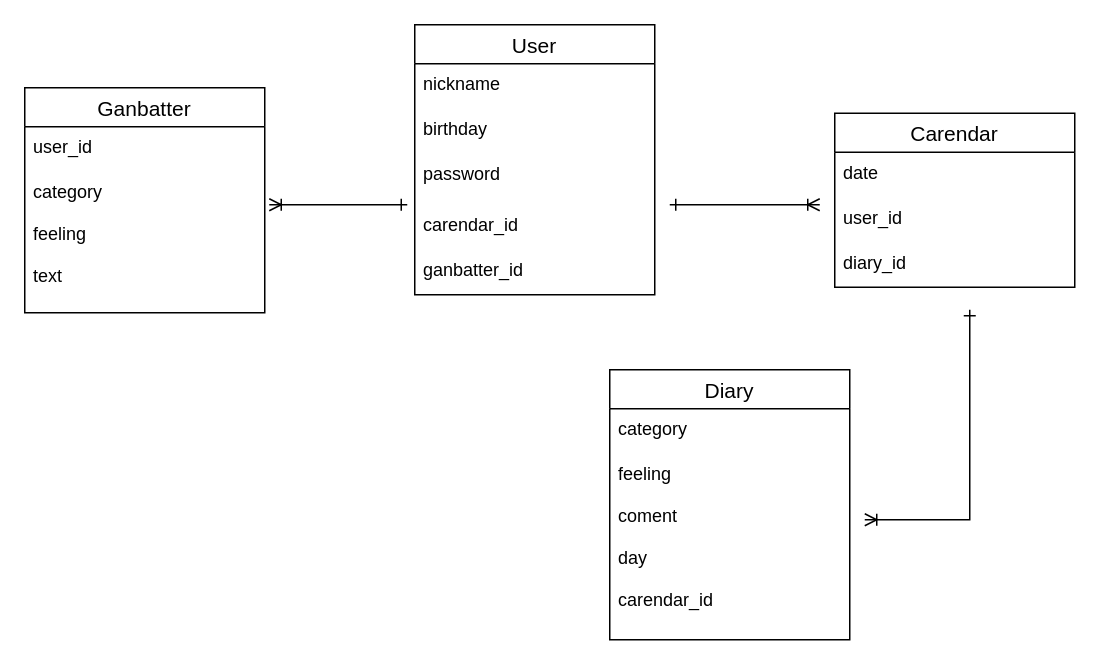
Earlier version of the draw.io diagram page "ページ1" (1 of 2) of hometai.dio (muttta/HOMETAI). Source tidied: cells renumbered, new cells numbered last; positions are measured from the earlier drawing's top-left corner, leaving out a move shared by most shapes. Both pictures are drawn from the tidied source at 150%, with x=0, y=0 at pixel (24, 24).
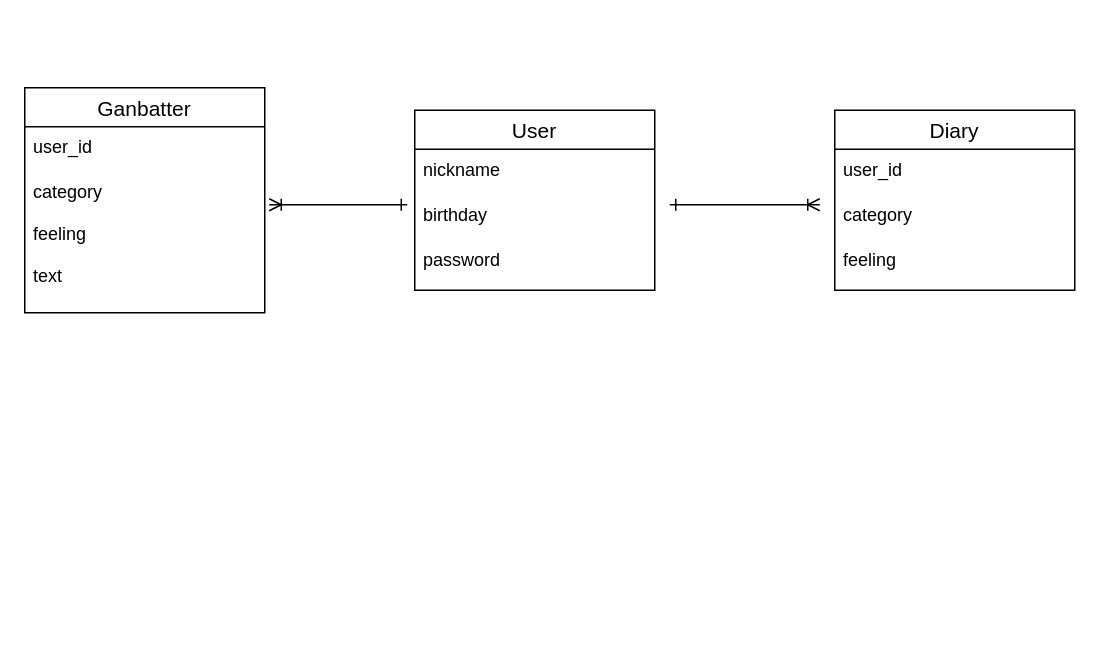
The same page after the edit.

Diff of the diagram source:
```diff
@@
     <mxCell id="2" value="User" style="swimlane;fontStyle=0;horizontal=1;startSize=26;align=center;fontSize=14;" parent="1" vertex="1">
-      <mxGeometry x="260" width="160" height="180" as="geometry" />
+      <mxGeometry x="260" y="57" width="160" height="120" as="geometry" />
     </mxCell>
@@
-    <mxCell id="6" value="carendar_id" style="text;strokeColor=none;fillColor=none;spacingLeft=4;spacingRight=4;overflow=hidden;fontSize=12;" parent="2" vertex="1">
-      <mxGeometry y="120" width="160" height="30" as="geometry" />
-    </mxCell>
-    <mxCell id="7" value="ganbatter_id" style="text;strokeColor=none;fillColor=none;spacingLeft=4;spacingRight=4;overflow=hidden;fontSize=12;" parent="2" vertex="1">
-      <mxGeometry y="150" width="160" height="30" as="geometry" />
-    </mxCell>
-    <mxCell id="8" value="Carendar" style="swimlane;fontStyle=0;horizontal=1;startSize=26;align=center;fontSize=14;" parent="1" vertex="1">
-      <mxGeometry x="540" y="59" width="160" height="116" as="geometry" />
-    </mxCell>
-    <mxCell id="9" value="date" style="text;strokeColor=none;fillColor=none;spacingLeft=4;spacingRight=4;overflow=hidden;fontSize=12;" parent="8" vertex="1">
-      <mxGeometry y="26" width="160" height="30" as="geometry" />
-    </mxCell>
-    <mxCell id="10" value="user_id" style="text;strokeColor=none;fillColor=none;spacingLeft=4;spacingRight=4;overflow=hidden;fontSize=12;" parent="8" vertex="1">
-      <mxGeometry y="56" width="160" height="30" as="geometry" />
-    </mxCell>
-    <mxCell id="11" value="diary_id" style="text;strokeColor=none;fillColor=none;spacingLeft=4;spacingRight=4;overflow=hidden;fontSize=12;" parent="8" vertex="1">
-      <mxGeometry y="86" width="160" height="30" as="geometry" />
-    </mxCell>
@@
-    <mxCell id="15" value="Diary" style="swimlane;fontStyle=0;horizontal=1;startSize=26;align=center;fontSize=14;" parent="1" vertex="1">
-      <mxGeometry x="390" y="230" width="160" height="180" as="geometry" />
-    </mxCell>
-    <mxCell id="16" value="category" style="text;strokeColor=none;fillColor=none;spacingLeft=4;spacingRight=4;overflow=hidden;fontSize=12;" parent="15" vertex="1">
-      <mxGeometry y="26" width="160" height="30" as="geometry" />
-    </mxCell>
-    <mxCell id="17" value="feeling&#10;&#10;coment&#10;&#10;day&#10;&#10;carendar_id" style="text;strokeColor=none;fillColor=none;spacingLeft=4;spacingRight=4;overflow=hidden;fontSize=12;" parent="15" vertex="1">
-      <mxGeometry y="56" width="160" height="124" as="geometry" />
-    </mxCell>
@@
-    <mxCell id="20" style="endArrow=ERone;html=1;rounded=0;startArrow=ERoneToMany;startFill=0;endFill=0;" parent="1" edge="1">
-      <mxGeometry relative="1" as="geometry">
-        <mxPoint x="560" y="330" as="sourcePoint" />
-        <mxPoint x="630" y="190" as="targetPoint" />
-        <Array as="points">
-          <mxPoint x="630" y="330" />
-        </Array>
-      </mxGeometry>
-    </mxCell>
+    <mxCell id="15" value="Diary" style="swimlane;fontStyle=0;horizontal=1;startSize=26;align=center;fontSize=14;" parent="1" vertex="1">
+      <mxGeometry x="540" y="57" width="160" height="120" as="geometry" />
+    </mxCell>
+    <mxCell id="10" value="user_id" style="text;strokeColor=none;fillColor=none;spacingLeft=4;spacingRight=4;overflow=hidden;fontSize=12;" parent="15" vertex="1">
+      <mxGeometry y="26" width="160" height="30" as="geometry" />
+    </mxCell>
+    <mxCell id="16" value="category" style="text;strokeColor=none;fillColor=none;spacingLeft=4;spacingRight=4;overflow=hidden;fontSize=12;" parent="15" vertex="1">
+      <mxGeometry y="56" width="160" height="30" as="geometry" />
+    </mxCell>
+    <mxCell id="21" value="feeling" style="text;strokeColor=none;fillColor=none;spacingLeft=4;spacingRight=4;overflow=hidden;fontSize=12;" parent="15" vertex="1">
+      <mxGeometry y="86" width="160" height="34" as="geometry" />
+    </mxCell>
```
